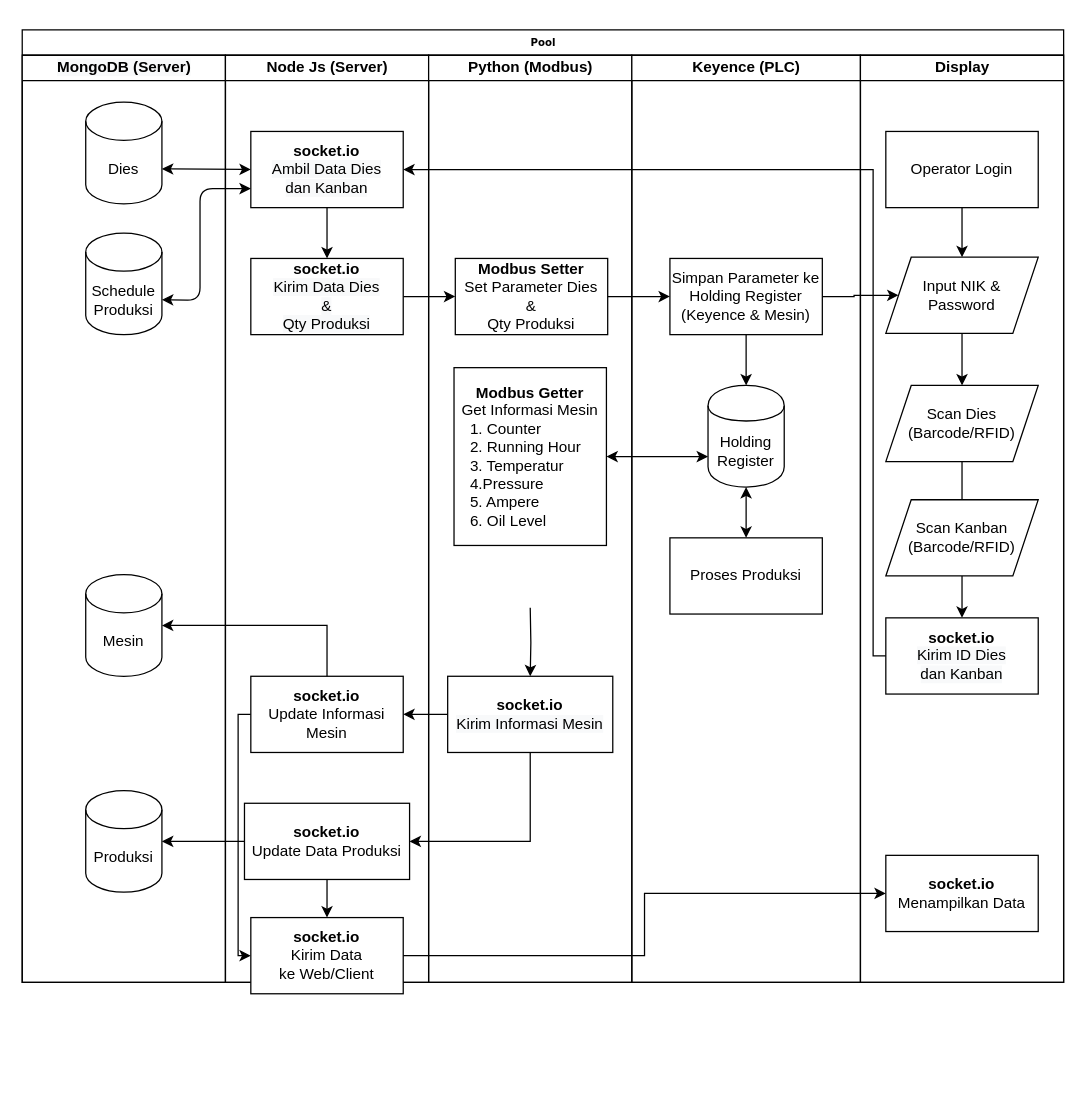
Earlier version of the draw.io diagram Press Shop IOT.drawio (DavidHidayat/Flowchart). Source tidied: cells renumbered, new cells numbered last; positions are measured from the earlier drawing's top-left corner, leaving out a move shared by most shapes. Both pictures are drawn from the tidied source at 127%, with x=0, y=0 at pixel (22, 29). Pictures stored in the file or linked from it are replaced by grey dashed boxes.
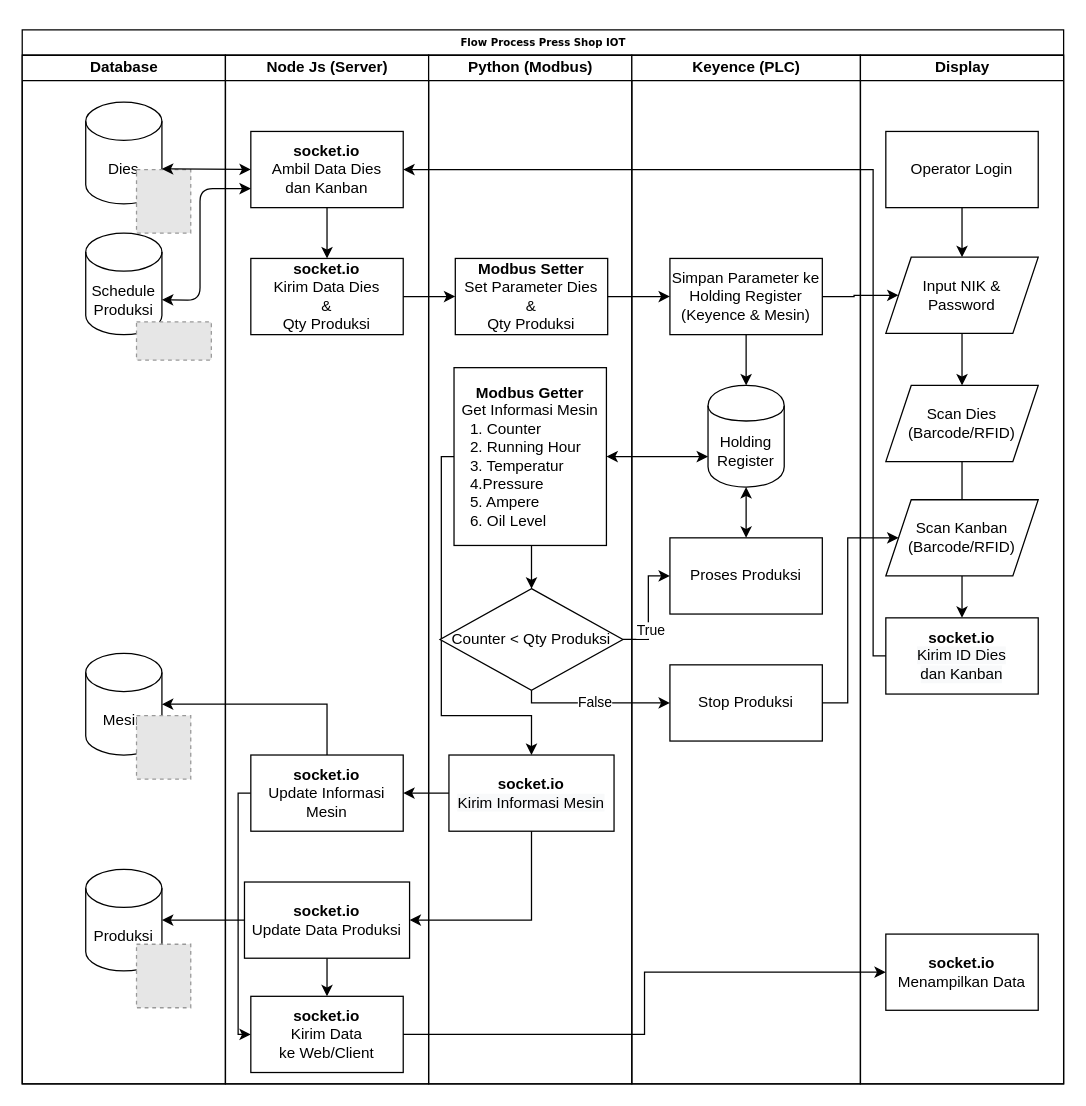
The same diagram, later.

The change refers to these unchanged cells:
```xml
<mxCell id="16" value="&lt;b&gt;Modbus Setter&lt;/b&gt;&lt;br&gt;Set Parameter Dies&lt;br&gt;&amp;amp;&lt;br&gt;Qty Produksi" style="rounded=0;whiteSpace=wrap;html=1;fillColor=#ffffff;align=center;" parent="15" vertex="1">
  <mxGeometry x="21" y="160" width="120" height="60" as="geometry" />
</mxCell>
<mxCell id="18" value="&lt;b&gt;Modbus Getter&lt;/b&gt;&lt;br&gt;Get Informasi Mesin&lt;br&gt;&lt;div style=&quot;text-align: left&quot;&gt;&lt;span&gt;&amp;nbsp; 1. Counter&lt;/span&gt;&lt;/div&gt;&lt;div style=&quot;text-align: left&quot;&gt;&lt;span&gt;&amp;nbsp; 2. Running Hour&lt;/span&gt;&lt;/div&gt;&lt;div style=&quot;text-align: left&quot;&gt;&lt;span&gt;&amp;nbsp; 3. Temperatur&lt;/span&gt;&lt;/div&gt;&lt;div style=&quot;text-align: left&quot;&gt;&lt;span&gt;&amp;nbsp; 4.Pressure&lt;/span&gt;&lt;/div&gt;&lt;div style=&quot;text-align: left&quot;&gt;&lt;span&gt;&amp;nbsp; 5. Ampere&lt;/span&gt;&lt;/div&gt;&lt;div style=&quot;text-align: left&quot;&gt;&lt;span&gt;&amp;nbsp; 6. Oil Level&lt;/span&gt;&lt;/div&gt;" style="rounded=0;whiteSpace=wrap;html=1;fillColor=#ffffff;align=center;" parent="15" vertex="1">
  <mxGeometry x="20" y="246" width="120" height="140" as="geometry" />
</mxCell>
<mxCell id="22" value="Holding Register" style="shape=cylinder;whiteSpace=wrap;html=1;boundedLbl=1;backgroundOutline=1;rounded=0;" parent="20" vertex="1">
  <mxGeometry x="60" y="260" width="60" height="80" as="geometry" />
</mxCell>
<mxCell id="33" value="Scan Kanban&lt;br&gt;(Barcode/RFID)" style="shape=parallelogram;perimeter=parallelogramPerimeter;whiteSpace=wrap;html=1;fixedSize=1;fillColor=#ffffff;align=center;" parent="24" vertex="1">
  <mxGeometry x="20" y="350" width="120" height="60" as="geometry" />
</mxCell>
```

Change to the diagram source:
```diff
@@
-    <mxCell id="2" value="Pool" style="swimlane;html=1;startSize=20;rounded=0;shadow=0;labelBackgroundColor=none;strokeWidth=1;fontFamily=Verdana;fontSize=8;align=center;" parent="1" vertex="1">
-      <mxGeometry width="820" height="750" as="geometry" />
+    <mxCell id="2" value="Flow Process Press Shop IOT" style="swimlane;html=1;startSize=20;rounded=0;shadow=0;labelBackgroundColor=none;strokeWidth=1;fontFamily=Verdana;fontSize=8;align=center;" parent="1" vertex="1">
+      <mxGeometry width="820" height="830" as="geometry" />
     </mxCell>
-    <mxCell id="3" value="&#10;&#10;&lt;span style=&quot;color: rgb(0, 0, 0); font-family: helvetica; font-size: 12px; font-style: normal; font-weight: 700; letter-spacing: normal; text-align: center; text-indent: 0px; text-transform: none; word-spacing: 0px; background-color: rgb(248, 249, 250); display: inline; float: none;&quot;&gt;MongoDB (Server)&lt;/span&gt;&#10;&#10;" style="swimlane;html=1;startSize=20;" parent="2" vertex="1">
-      <mxGeometry y="20" width="160" height="730" as="geometry" />
+    <mxCell id="3" value="&lt;font face=&quot;helvetica&quot;&gt;Database&lt;/font&gt;" style="swimlane;html=1;startSize=20;" parent="2" vertex="1">
+      <mxGeometry y="20" width="160" height="810" as="geometry" />
     </mxCell>
@@
     <mxCell id="5" value="Mesin" style="shape=cylinder3;whiteSpace=wrap;html=1;boundedLbl=1;backgroundOutline=1;size=15;fillColor=#ffffff;align=center;" parent="3" vertex="1">
-      <mxGeometry x="50" y="409" width="60" height="80" as="geometry" />
+      <mxGeometry x="50" y="471" width="60" height="80" as="geometry" />
     </mxCell>
     <mxCell id="6" value="Produksi" style="shape=cylinder3;whiteSpace=wrap;html=1;boundedLbl=1;backgroundOutline=1;size=15;fillColor=#ffffff;align=center;" parent="3" vertex="1">
-      <mxGeometry x="50" y="579" width="60" height="80" as="geometry" />
+      <mxGeometry x="50" y="641" width="60" height="80" as="geometry" />
     </mxCell>
@@
+    <mxCell id="50" style="fillColor=#E6E6E6;strokeColor=#999999;dashed=1;verticalLabelPosition=bottom;verticalAlign=top;" parent="3" vertex="1">
+      <mxGeometry x="90" y="90" width="42.7" height="50" as="geometry" />
+    </mxCell>
+    <mxCell id="51" style="fillColor=#E6E6E6;strokeColor=#999999;dashed=1;verticalLabelPosition=bottom;verticalAlign=top;" parent="3" vertex="1">
+      <mxGeometry x="90" y="520" width="42.7" height="50" as="geometry" />
+    </mxCell>
+    <mxCell id="52" style="fillColor=#E6E6E6;strokeColor=#999999;dashed=1;verticalLabelPosition=bottom;verticalAlign=top;" parent="3" vertex="1">
+      <mxGeometry x="90" y="700" width="42.7" height="50" as="geometry" />
+    </mxCell>
+    <mxCell id="53" style="fillColor=#E6E6E6;strokeColor=#999999;dashed=1;verticalLabelPosition=bottom;verticalAlign=top;" parent="3" vertex="1">
+      <mxGeometry x="90" y="210" width="58.9" height="30" as="geometry" />
+    </mxCell>
     <mxCell id="8" value="Node Js (Server)" style="swimlane;html=1;startSize=20;" parent="2" vertex="1">
-      <mxGeometry x="160" y="20" width="160" height="730" as="geometry" />
+      <mxGeometry x="160" y="20" width="160" height="810" as="geometry" />
     </mxCell>
-    <mxCell id="9" value="&lt;b&gt;socket.io&lt;/b&gt;&lt;br&gt;&lt;span style=&quot;color: rgb(0 , 0 , 0) ; font-family: &amp;#34;helvetica&amp;#34; ; font-size: 12px ; font-style: normal ; font-weight: 400 ; letter-spacing: normal ; text-align: center ; text-indent: 0px ; text-transform: none ; word-spacing: 0px ; background-color: rgb(248 , 249 , 250) ; display: inline ; float: none&quot;&gt;Ambil Data Dies&lt;br&gt;dan Kanban&lt;br&gt;&lt;/span&gt;" style="rounded=0;whiteSpace=wrap;html=1;fillColor=#ffffff;align=center;" parent="8" vertex="1">
+    <mxCell id="9" value="&lt;b&gt;socket.io&lt;/b&gt;&lt;br&gt;&lt;span style=&quot;color: rgb(0, 0, 0); font-family: helvetica; font-size: 12px; font-style: normal; font-weight: 400; letter-spacing: normal; text-align: center; text-indent: 0px; text-transform: none; word-spacing: 0px; display: inline; float: none;&quot;&gt;Ambil Data Dies&lt;br&gt;dan Kanban&lt;br&gt;&lt;/span&gt;" style="rounded=0;whiteSpace=wrap;html=1;fillColor=#ffffff;align=center;labelBorderColor=none;labelBackgroundColor=#ffffff;" parent="8" vertex="1">
       <mxGeometry x="20" y="60" width="120" height="60" as="geometry" />
     </mxCell>
@@
     <mxCell id="11" value="&lt;b&gt;socket.io&lt;/b&gt;&lt;br&gt;&lt;font face=&quot;helvetica&quot;&gt;Update Data Produksi&lt;/font&gt;" style="rounded=0;whiteSpace=wrap;html=1;fillColor=#ffffff;align=center;" parent="8" vertex="1">
-      <mxGeometry x="15" y="589" width="130" height="60" as="geometry" />
+      <mxGeometry x="15" y="651" width="130" height="60" as="geometry" />
     </mxCell>
     <mxCell id="12" style="edgeStyle=orthogonalEdgeStyle;rounded=0;jettySize=auto;html=1;exitX=0;exitY=0.5;exitDx=0;exitDy=0;entryX=0;entryY=0.5;entryDx=0;entryDy=0;" parent="8" edge="1" source="13" target="14">
       <mxGeometry relative="1" as="geometry">
         <Array as="points">
-          <mxPoint x="10" y="519" />
-          <mxPoint x="10" y="709" />
+          <mxPoint x="10" y="581" />
+          <mxPoint x="10" y="771" />
         </Array>
       </mxGeometry>
     </mxCell>
     <mxCell id="13" value="&lt;b&gt;socket.io&lt;/b&gt;&lt;br&gt;&lt;font face=&quot;helvetica&quot;&gt;Update Informasi Mesin&lt;/font&gt;" style="rounded=0;whiteSpace=wrap;html=1;fillColor=#ffffff;align=center;" parent="8" vertex="1">
-      <mxGeometry x="20" y="489" width="120" height="60" as="geometry" />
+      <mxGeometry x="20" y="551" width="120" height="60" as="geometry" />
     </mxCell>
     <mxCell id="14" value="&lt;b&gt;socket.io&lt;/b&gt;&lt;br&gt;&lt;font face=&quot;helvetica&quot;&gt;Kirim Data&lt;br&gt;ke Web/Client&lt;/font&gt;" style="rounded=0;whiteSpace=wrap;html=1;fillColor=#ffffff;align=center;" parent="8" vertex="1">
-      <mxGeometry x="20" y="679" width="120" height="60" as="geometry" />
+      <mxGeometry x="20" y="741" width="120" height="60" as="geometry" />
     </mxCell>
+    <mxCell id="46" value="&lt;b&gt;socket.io&lt;/b&gt;&lt;br&gt;&lt;span style=&quot;color: rgb(0, 0, 0); font-family: helvetica; font-size: 12px; font-style: normal; font-weight: 400; letter-spacing: normal; text-align: center; text-indent: 0px; text-transform: none; word-spacing: 0px; display: inline; float: none;&quot;&gt;Kirim Data Dies&lt;br&gt;&amp;amp;&lt;br&gt;Qty Produksi&lt;br&gt;&lt;/span&gt;" style="rounded=0;whiteSpace=wrap;html=1;fillColor=#ffffff;align=center;labelBackgroundColor=#ffffff;" parent="8" vertex="1">
+      <mxGeometry x="20" y="160" width="120" height="60" as="geometry" />
+    </mxCell>
+    <mxCell id="47" style="edgeStyle=orthogonalEdgeStyle;rounded=0;jettySize=auto;html=1;exitX=0.5;exitY=1;exitDx=0;exitDy=0;" parent="8" edge="1" source="9" target="46">
+      <mxGeometry relative="1" as="geometry" />
+    </mxCell>
     <mxCell id="15" value="Python (Modbus)" style="swimlane;html=1;startSize=20;" parent="2" vertex="1">
-      <mxGeometry x="320" y="20" width="160" height="730" as="geometry" />
+      <mxGeometry x="320" y="20" width="160" height="810" as="geometry" />
     </mxCell>
@@
-    <mxCell id="17" style="edgeStyle=orthogonalEdgeStyle;rounded=0;jettySize=auto;html=1;exitX=0.5;exitY=1;exitDx=0;exitDy=0;entryX=0.5;entryY=0;entryDx=0;entryDy=0;" parent="15" edge="1" target="19">
+    <mxCell id="17" style="edgeStyle=orthogonalEdgeStyle;rounded=0;jettySize=auto;html=1;exitX=0;exitY=0.5;exitDx=0;exitDy=0;entryX=0.5;entryY=0;entryDx=0;entryDy=0;" parent="15" edge="1" source="18" target="19">
       <mxGeometry relative="1" as="geometry">
-        <mxPoint x="80" y="435" as="sourcePoint" />
+        <Array as="points">
+          <mxPoint x="10" y="316" />
+          <mxPoint x="10" y="520" />
+          <mxPoint x="81" y="520" />
+        </Array>
       </mxGeometry>
     </mxCell>
+    <mxCell id="54" style="edgeStyle=orthogonalEdgeStyle;rounded=0;jettySize=auto;html=1;exitX=0.5;exitY=1;exitDx=0;exitDy=0;entryX=0.5;entryY=0;entryDx=0;entryDy=0;" parent="15" edge="1" source="18" target="55">
+      <mxGeometry relative="1" as="geometry" />
+    </mxCell>
@@
     <mxCell id="19" value="&lt;b&gt;socket.io&lt;/b&gt;&lt;br&gt;&lt;span style=&quot;color: rgb(0 , 0 , 0) ; font-family: &amp;#34;helvetica&amp;#34; ; font-size: 12px ; font-style: normal ; font-weight: 400 ; letter-spacing: normal ; text-align: center ; text-indent: 0px ; text-transform: none ; word-spacing: 0px ; background-color: rgb(248 , 249 , 250) ; display: inline ; float: none&quot;&gt;Kirim Informasi Mesin&lt;/span&gt;" style="rounded=0;whiteSpace=wrap;html=1;fillColor=#ffffff;align=center;" parent="15" vertex="1">
-      <mxGeometry x="15" y="489" width="130" height="60" as="geometry" />
+      <mxGeometry x="16" y="551" width="130" height="60" as="geometry" />
     </mxCell>
+    <mxCell id="55" value="&lt;span style=&quot;text-align: left&quot;&gt;Counter &amp;lt;&amp;nbsp;&lt;/span&gt;&lt;span style=&quot;font-family: &amp;#34;helvetica&amp;#34;&quot;&gt;Qty Produksi&lt;/span&gt;" style="rhombus;whiteSpace=wrap;html=1;" parent="15" vertex="1">
+      <mxGeometry x="9" y="420" width="144" height="80" as="geometry" />
+    </mxCell>
     <mxCell id="20" value="Keyence (PLC)" style="swimlane;html=1;startSize=20;verticalAlign=middle;" parent="2" vertex="1">
-      <mxGeometry x="480" y="20" width="180" height="730" as="geometry" />
+      <mxGeometry x="480" y="20" width="180" height="810" as="geometry" />
     </mxCell>
@@
+    <mxCell id="56" value="Stop Produksi" style="whiteSpace=wrap;html=1;rounded=0;" parent="20" vertex="1">
+      <mxGeometry x="30" y="480" width="120" height="60" as="geometry" />
+    </mxCell>
+    <mxCell id="48" value="Proses Produksi" style="whiteSpace=wrap;html=1;rounded=0;" parent="20" vertex="1">
+      <mxGeometry x="30" y="380" width="120" height="60" as="geometry" />
+    </mxCell>
+    <mxCell id="49" style="endArrow=classic;startArrow=classic;html=1;entryX=0.5;entryY=1;entryDx=0;entryDy=0;exitX=0.5;exitY=0;exitDx=0;exitDy=0;" parent="20" edge="1" source="48" target="22">
+      <mxGeometry relative="1" as="geometry" />
+    </mxCell>
     <mxCell id="24" value="Display" style="swimlane;html=1;startSize=20;" parent="2" vertex="1">
-      <mxGeometry x="660" y="20" width="160" height="730" as="geometry" />
+      <mxGeometry x="660" y="20" width="160" height="810" as="geometry" />
     </mxCell>
@@
     <mxCell id="32" value="&lt;b&gt;socket.io&lt;/b&gt;&lt;br&gt;&lt;font face=&quot;helvetica&quot;&gt;Menampilkan Data&lt;/font&gt;" style="rounded=0;whiteSpace=wrap;html=1;fillColor=#ffffff;align=center;" parent="24" vertex="1">
-      <mxGeometry x="20" y="630" width="120" height="60" as="geometry" />
+      <mxGeometry x="20" y="692" width="120" height="60" as="geometry" />
     </mxCell>
@@
+    <mxCell id="57" style="edgeStyle=orthogonalEdgeStyle;rounded=0;jettySize=auto;html=1;exitX=1;exitY=0.5;exitDx=0;exitDy=0;entryX=0;entryY=0.5;entryDx=0;entryDy=0;" parent="2" edge="1" source="56" target="33">
+      <mxGeometry relative="1" as="geometry">
+        <Array as="points">
+          <mxPoint x="650" y="530" />
+          <mxPoint x="650" y="400" />
+        </Array>
+      </mxGeometry>
+    </mxCell>
+    <mxCell id="58" value="False" style="edgeStyle=orthogonalEdgeStyle;rounded=0;jettySize=auto;html=1;exitX=0.5;exitY=1;exitDx=0;exitDy=0;" parent="2" edge="1" source="55" target="56">
+      <mxGeometry relative="1" as="geometry">
+        <Array as="points">
+          <mxPoint x="401" y="530" />
+        </Array>
+      </mxGeometry>
+    </mxCell>
-    <mxCell id="45" style="edgeStyle=orthogonalEdgeStyle;rounded=0;jettySize=auto;html=1;exitX=1;exitY=0.5;exitDx=0;exitDy=0;entryX=0;entryY=0.5;entryDx=0;entryDy=0;" parent="1" edge="1" source="46" target="16">
+    <mxCell id="45" style="edgeStyle=orthogonalEdgeStyle;rounded=0;jettySize=auto;html=1;exitX=1;exitY=0.5;exitDx=0;exitDy=0;entryX=0;entryY=0.5;entryDx=0;entryDy=0;" parent="2" edge="1" source="46" target="16">
       <mxGeometry relative="1" as="geometry" />
     </mxCell>
-    <mxCell id="46" value="&lt;b&gt;socket.io&lt;/b&gt;&lt;br&gt;&lt;span style=&quot;color: rgb(0 , 0 , 0) ; font-family: &amp;#34;helvetica&amp;#34; ; font-size: 12px ; font-style: normal ; font-weight: 400 ; letter-spacing: normal ; text-align: center ; text-indent: 0px ; text-transform: none ; word-spacing: 0px ; background-color: rgb(248 , 249 , 250) ; display: inline ; float: none&quot;&gt;Kirim Data Dies&lt;br&gt;&amp;amp;&lt;br&gt;Qty Produksi&lt;br&gt;&lt;/span&gt;" style="rounded=0;whiteSpace=wrap;html=1;fillColor=#ffffff;align=center;" parent="1" vertex="1">
-      <mxGeometry x="180" y="180" width="120" height="60" as="geometry" />
-    </mxCell>
-    <mxCell id="47" style="edgeStyle=orthogonalEdgeStyle;rounded=0;jettySize=auto;html=1;exitX=0.5;exitY=1;exitDx=0;exitDy=0;" parent="1" edge="1" source="9" target="46">
-      <mxGeometry relative="1" as="geometry" />
-    </mxCell>
-    <mxCell id="48" value="Proses Produksi" style="whiteSpace=wrap;html=1;rounded=0;" parent="1" vertex="1">
-      <mxGeometry x="510" y="400" width="120" height="60" as="geometry" />
-    </mxCell>
-    <mxCell id="49" style="endArrow=classic;startArrow=classic;html=1;entryX=0.5;entryY=1;entryDx=0;entryDy=0;exitX=0.5;exitY=0;exitDx=0;exitDy=0;" parent="1" edge="1" source="48">
-      <mxGeometry relative="1" as="geometry">
-        <mxPoint x="570" y="360" as="targetPoint" />
-      </mxGeometry>
-    </mxCell>
+    <mxCell id="59" style="edgeStyle=orthogonalEdgeStyle;rounded=0;jettySize=auto;html=1;exitX=1;exitY=0.5;exitDx=0;exitDy=0;entryX=0;entryY=0.5;entryDx=0;entryDy=0;" parent="2" edge="1" source="55" target="48">
+      <mxGeometry relative="1" as="geometry" />
+    </mxCell>
+    <mxCell id="60" value="True" style="edgeLabel;html=1;align=center;verticalAlign=middle;" parent="59" vertex="1">
+      <mxGeometry x="-0.36" y="-1" relative="1" as="geometry" />
+    </mxCell>
```
